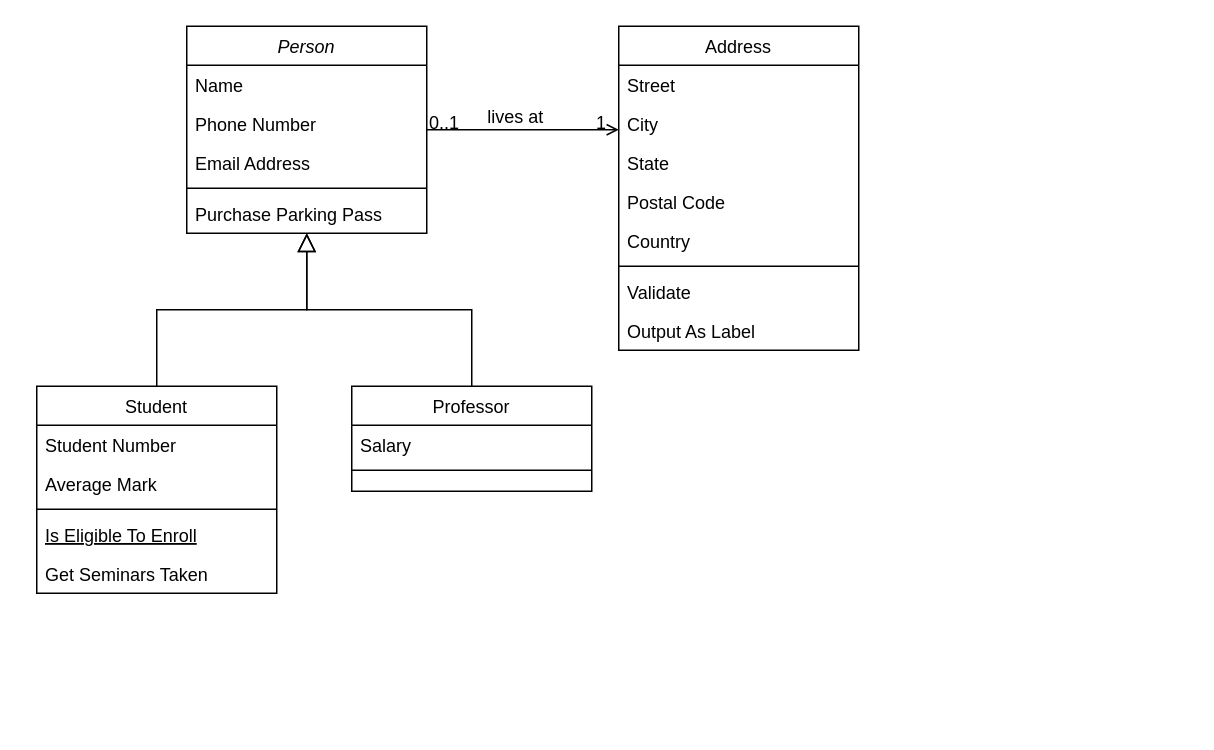
The draw.io diagram quizpbo.drawio in Wahdaapf/All-About-DrawIo, before the edit. Source tidied: cells renumbered, new cells numbered last; positions are measured from the earlier drawing's top-left corner, leaving out a move shared by most shapes. Both pictures are drawn from the tidied source at 150%, with x=0, y=0 at pixel (36, 26).
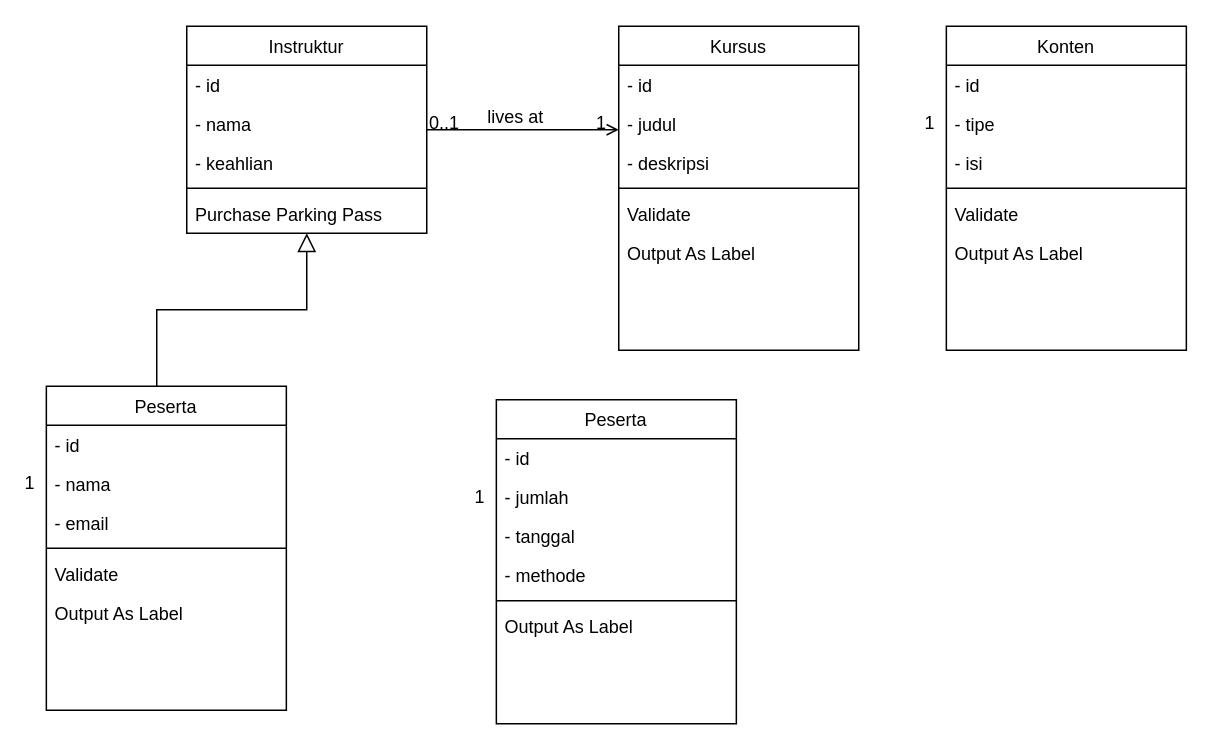
Above is the later version.

Unchanged cells that the change refers to:
```xml
<mxCell id="28" style="endArrow=open;shadow=0;strokeWidth=1;rounded=0;curved=0;endFill=1;edgeStyle=elbowEdgeStyle;elbow=vertical;" parent="1" edge="1" source="2" target="19">
  <mxGeometry x="0.5" y="41" relative="1" as="geometry">
    <mxPoint x="-40" y="32" as="offset" />
  </mxGeometry>
</mxCell>
```

The edit, as a diff of the source:
```diff
@@
-    <mxCell id="2" value="Person" style="swimlane;fontStyle=2;align=center;verticalAlign=top;horizontal=1;startSize=26;rounded=0;shadow=0;strokeWidth=1;" parent="1" vertex="1">
+    <mxCell id="2" value="Instruktur" style="swimlane;fontStyle=0;align=center;verticalAlign=top;horizontal=1;startSize=26;rounded=0;shadow=0;strokeWidth=1;" parent="1" vertex="1">
       <mxGeometry x="100" width="160" height="138" as="geometry" />
     </mxCell>
-    <mxCell id="3" value="Name" style="text;align=left;verticalAlign=top;spacingLeft=4;spacingRight=4;overflow=hidden;" parent="2" vertex="1">
+    <mxCell id="3" value="- id" style="text;align=left;verticalAlign=top;spacingLeft=4;spacingRight=4;overflow=hidden;" parent="2" vertex="1">
       <mxGeometry y="26" width="160" height="26" as="geometry" />
     </mxCell>
-    <mxCell id="4" value="Phone Number" style="text;align=left;verticalAlign=top;spacingLeft=4;spacingRight=4;overflow=hidden;rounded=0;shadow=0;html=0;" parent="2" vertex="1">
+    <mxCell id="4" value="- nama" style="text;align=left;verticalAlign=top;spacingLeft=4;spacingRight=4;overflow=hidden;rounded=0;shadow=0;html=0;" parent="2" vertex="1">
       <mxGeometry y="52" width="160" height="26" as="geometry" />
     </mxCell>
-    <mxCell id="5" value="Email Address" style="text;align=left;verticalAlign=top;spacingLeft=4;spacingRight=4;overflow=hidden;rounded=0;shadow=0;html=0;" parent="2" vertex="1">
+    <mxCell id="5" value="- keahlian" style="text;align=left;verticalAlign=top;spacingLeft=4;spacingRight=4;overflow=hidden;rounded=0;shadow=0;html=0;" parent="2" vertex="1">
       <mxGeometry y="78" width="160" height="26" as="geometry" />
     </mxCell>
@@
-    <mxCell id="8" value="Student" style="swimlane;fontStyle=0;align=center;verticalAlign=top;horizontal=1;startSize=26;rounded=0;shadow=0;strokeWidth=1;" parent="1" vertex="1">
-      <mxGeometry y="240" width="160" height="138" as="geometry" />
-    </mxCell>
-    <mxCell id="9" value="Student Number" style="text;align=left;verticalAlign=top;spacingLeft=4;spacingRight=4;overflow=hidden;" parent="8" vertex="1">
-      <mxGeometry y="26" width="160" height="26" as="geometry" />
-    </mxCell>
-    <mxCell id="10" value="Average Mark" style="text;align=left;verticalAlign=top;spacingLeft=4;spacingRight=4;overflow=hidden;rounded=0;shadow=0;html=0;" parent="8" vertex="1">
-      <mxGeometry y="52" width="160" height="26" as="geometry" />
-    </mxCell>
-    <mxCell id="11" style="line;html=1;strokeWidth=1;align=left;verticalAlign=middle;spacingTop=-1;spacingLeft=3;spacingRight=3;labelPosition=right;" parent="8" vertex="1">
-      <mxGeometry y="78" width="160" height="8" as="geometry" />
-    </mxCell>
-    <mxCell id="12" value="Is Eligible To Enroll" style="text;align=left;verticalAlign=top;spacingLeft=4;spacingRight=4;overflow=hidden;fontStyle=4;" parent="8" vertex="1">
-      <mxGeometry y="86" width="160" height="26" as="geometry" />
-    </mxCell>
-    <mxCell id="13" value="Get Seminars Taken" style="text;align=left;verticalAlign=top;spacingLeft=4;spacingRight=4;overflow=hidden;" parent="8" vertex="1">
-      <mxGeometry y="112" width="160" height="26" as="geometry" />
-    </mxCell>
-    <mxCell id="14" style="endArrow=block;endSize=10;endFill=0;shadow=0;strokeWidth=1;rounded=0;curved=0;edgeStyle=elbowEdgeStyle;elbow=vertical;" parent="1" edge="1" source="8" target="2">
-      <mxGeometry relative="1" as="geometry" />
+    <mxCell id="14" style="endArrow=block;endSize=10;endFill=0;shadow=0;strokeWidth=1;rounded=0;curved=0;edgeStyle=elbowEdgeStyle;elbow=vertical;" parent="1" edge="1" target="2">
+      <mxGeometry relative="1" as="geometry">
+        <mxPoint x="80" y="240" as="sourcePoint" />
+      </mxGeometry>
     </mxCell>
-    <mxCell id="15" value="Professor" style="swimlane;fontStyle=0;align=center;verticalAlign=top;horizontal=1;startSize=26;rounded=0;shadow=0;strokeWidth=1;" parent="1" vertex="1">
-      <mxGeometry x="210" y="240" width="160" height="70" as="geometry" />
-    </mxCell>
-    <mxCell id="16" value="Salary" style="text;align=left;verticalAlign=top;spacingLeft=4;spacingRight=4;overflow=hidden;" parent="15" vertex="1">
-      <mxGeometry y="26" width="160" height="26" as="geometry" />
-    </mxCell>
-    <mxCell id="17" style="line;html=1;strokeWidth=1;align=left;verticalAlign=middle;spacingTop=-1;spacingLeft=3;spacingRight=3;labelPosition=right;" parent="15" vertex="1">
-      <mxGeometry y="52" width="160" height="8" as="geometry" />
-    </mxCell>
-    <mxCell id="18" style="endArrow=block;endSize=10;endFill=0;shadow=0;strokeWidth=1;rounded=0;curved=0;edgeStyle=elbowEdgeStyle;elbow=vertical;" parent="1" edge="1" source="15" target="2">
-      <mxGeometry relative="1" as="geometry" />
-    </mxCell>
-    <mxCell id="19" value="Address" style="swimlane;fontStyle=0;align=center;verticalAlign=top;horizontal=1;startSize=26;rounded=0;shadow=0;strokeWidth=1;" parent="1" vertex="1">
+    <mxCell id="19" value="Kursus" style="swimlane;fontStyle=0;align=center;verticalAlign=top;horizontal=1;startSize=26;rounded=0;shadow=0;strokeWidth=1;" parent="1" vertex="1">
       <mxGeometry x="388" width="160" height="216" as="geometry" />
     </mxCell>
-    <mxCell id="20" value="Street" style="text;align=left;verticalAlign=top;spacingLeft=4;spacingRight=4;overflow=hidden;" parent="19" vertex="1">
+    <mxCell id="20" value="- id" style="text;align=left;verticalAlign=top;spacingLeft=4;spacingRight=4;overflow=hidden;" parent="19" vertex="1">
       <mxGeometry y="26" width="160" height="26" as="geometry" />
     </mxCell>
-    <mxCell id="21" value="City" style="text;align=left;verticalAlign=top;spacingLeft=4;spacingRight=4;overflow=hidden;rounded=0;shadow=0;html=0;" parent="19" vertex="1">
+    <mxCell id="21" value="- judul" style="text;align=left;verticalAlign=top;spacingLeft=4;spacingRight=4;overflow=hidden;rounded=0;shadow=0;html=0;" parent="19" vertex="1">
       <mxGeometry y="52" width="160" height="26" as="geometry" />
     </mxCell>
-    <mxCell id="22" value="State" style="text;align=left;verticalAlign=top;spacingLeft=4;spacingRight=4;overflow=hidden;rounded=0;shadow=0;html=0;" parent="19" vertex="1">
+    <mxCell id="22" value="- deskripsi" style="text;align=left;verticalAlign=top;spacingLeft=4;spacingRight=4;overflow=hidden;rounded=0;shadow=0;html=0;" parent="19" vertex="1">
       <mxGeometry y="78" width="160" height="26" as="geometry" />
     </mxCell>
-    <mxCell id="23" value="Postal Code" style="text;align=left;verticalAlign=top;spacingLeft=4;spacingRight=4;overflow=hidden;rounded=0;shadow=0;html=0;" parent="19" vertex="1">
-      <mxGeometry y="104" width="160" height="26" as="geometry" />
-    </mxCell>
-    <mxCell id="24" value="Country" style="text;align=left;verticalAlign=top;spacingLeft=4;spacingRight=4;overflow=hidden;rounded=0;shadow=0;html=0;" parent="19" vertex="1">
-      <mxGeometry y="130" width="160" height="26" as="geometry" />
-    </mxCell>
     <mxCell id="25" style="line;html=1;strokeWidth=1;align=left;verticalAlign=middle;spacingTop=-1;spacingLeft=3;spacingRight=3;labelPosition=right;" parent="19" vertex="1">
-      <mxGeometry y="156" width="160" height="8" as="geometry" />
+      <mxGeometry y="104" width="160" height="8" as="geometry" />
     </mxCell>
     <mxCell id="26" value="Validate" style="text;align=left;verticalAlign=top;spacingLeft=4;spacingRight=4;overflow=hidden;" parent="19" vertex="1">
-      <mxGeometry y="164" width="160" height="26" as="geometry" />
+      <mxGeometry y="112" width="160" height="26" as="geometry" />
     </mxCell>
     <mxCell id="27" value="Output As Label" style="text;align=left;verticalAlign=top;spacingLeft=4;spacingRight=4;overflow=hidden;" parent="19" vertex="1">
-      <mxGeometry y="190" width="160" height="26" as="geometry" />
+      <mxGeometry y="138" width="160" height="26" as="geometry" />
     </mxCell>
@@
+    <mxCell id="32" value="1" style="align=right;verticalAlign=bottom;labelBackgroundColor=none;fontSize=12;" parent="28" vertex="1">
+      <mxGeometry x="1" relative="1" as="geometry">
+        <mxPoint x="212" y="4" as="offset" />
+      </mxGeometry>
+    </mxCell>
+    <mxCell id="33" value="1" style="align=right;verticalAlign=bottom;labelBackgroundColor=none;fontSize=12;" parent="28" vertex="1">
+      <mxGeometry x="1" relative="1" as="geometry">
+        <mxPoint x="-388" y="244" as="offset" />
+      </mxGeometry>
+    </mxCell>
+    <mxCell id="34" value="1" style="align=right;verticalAlign=bottom;labelBackgroundColor=none;fontSize=12;" parent="28" vertex="1">
+      <mxGeometry x="1" relative="1" as="geometry">
+        <mxPoint x="-88" y="253" as="offset" />
+      </mxGeometry>
+    </mxCell>
+    <mxCell id="35" value="Konten" style="swimlane;fontStyle=0;align=center;verticalAlign=top;horizontal=1;startSize=26;rounded=0;shadow=0;strokeWidth=1;" parent="1" vertex="1">
+      <mxGeometry x="606.4" width="160" height="216" as="geometry" />
+    </mxCell>
+    <mxCell id="36" value="- id" style="text;align=left;verticalAlign=top;spacingLeft=4;spacingRight=4;overflow=hidden;" parent="35" vertex="1">
+      <mxGeometry y="26" width="160" height="26" as="geometry" />
+    </mxCell>
+    <mxCell id="37" value="- tipe" style="text;align=left;verticalAlign=top;spacingLeft=4;spacingRight=4;overflow=hidden;rounded=0;shadow=0;html=0;" parent="35" vertex="1">
+      <mxGeometry y="52" width="160" height="26" as="geometry" />
+    </mxCell>
+    <mxCell id="38" value="- isi" style="text;align=left;verticalAlign=top;spacingLeft=4;spacingRight=4;overflow=hidden;rounded=0;shadow=0;html=0;" parent="35" vertex="1">
+      <mxGeometry y="78" width="160" height="26" as="geometry" />
+    </mxCell>
+    <mxCell id="39" style="line;html=1;strokeWidth=1;align=left;verticalAlign=middle;spacingTop=-1;spacingLeft=3;spacingRight=3;labelPosition=right;" parent="35" vertex="1">
+      <mxGeometry y="104" width="160" height="8" as="geometry" />
+    </mxCell>
+    <mxCell id="40" value="Validate" style="text;align=left;verticalAlign=top;spacingLeft=4;spacingRight=4;overflow=hidden;" parent="35" vertex="1">
+      <mxGeometry y="112" width="160" height="26" as="geometry" />
+    </mxCell>
+    <mxCell id="41" value="Output As Label" style="text;align=left;verticalAlign=top;spacingLeft=4;spacingRight=4;overflow=hidden;" parent="35" vertex="1">
+      <mxGeometry y="138" width="160" height="26" as="geometry" />
+    </mxCell>
+    <mxCell id="42" value="Peserta" style="swimlane;fontStyle=0;align=center;verticalAlign=top;horizontal=1;startSize=26;rounded=0;shadow=0;strokeWidth=1;" parent="1" vertex="1">
+      <mxGeometry x="6.4" y="240" width="160" height="216" as="geometry" />
+    </mxCell>
+    <mxCell id="43" value="- id" style="text;align=left;verticalAlign=top;spacingLeft=4;spacingRight=4;overflow=hidden;" parent="42" vertex="1">
+      <mxGeometry y="26" width="160" height="26" as="geometry" />
+    </mxCell>
+    <mxCell id="44" value="- nama" style="text;align=left;verticalAlign=top;spacingLeft=4;spacingRight=4;overflow=hidden;rounded=0;shadow=0;html=0;" parent="42" vertex="1">
+      <mxGeometry y="52" width="160" height="26" as="geometry" />
+    </mxCell>
+    <mxCell id="45" value="- email" style="text;align=left;verticalAlign=top;spacingLeft=4;spacingRight=4;overflow=hidden;rounded=0;shadow=0;html=0;" parent="42" vertex="1">
+      <mxGeometry y="78" width="160" height="26" as="geometry" />
+    </mxCell>
+    <mxCell id="46" style="line;html=1;strokeWidth=1;align=left;verticalAlign=middle;spacingTop=-1;spacingLeft=3;spacingRight=3;labelPosition=right;" parent="42" vertex="1">
+      <mxGeometry y="104" width="160" height="8" as="geometry" />
+    </mxCell>
+    <mxCell id="47" value="Validate" style="text;align=left;verticalAlign=top;spacingLeft=4;spacingRight=4;overflow=hidden;" parent="42" vertex="1">
+      <mxGeometry y="112" width="160" height="26" as="geometry" />
+    </mxCell>
+    <mxCell id="48" value="Output As Label" style="text;align=left;verticalAlign=top;spacingLeft=4;spacingRight=4;overflow=hidden;" parent="42" vertex="1">
+      <mxGeometry y="138" width="160" height="26" as="geometry" />
+    </mxCell>
+    <mxCell id="49" value="Peserta" style="swimlane;fontStyle=0;align=center;verticalAlign=top;horizontal=1;startSize=26;rounded=0;shadow=0;strokeWidth=1;" parent="1" vertex="1">
+      <mxGeometry x="306.4" y="249" width="160" height="216" as="geometry" />
+    </mxCell>
+    <mxCell id="50" value="- id" style="text;align=left;verticalAlign=top;spacingLeft=4;spacingRight=4;overflow=hidden;" parent="49" vertex="1">
+      <mxGeometry y="26" width="160" height="26" as="geometry" />
+    </mxCell>
+    <mxCell id="51" value="- jumlah" style="text;align=left;verticalAlign=top;spacingLeft=4;spacingRight=4;overflow=hidden;rounded=0;shadow=0;html=0;" parent="49" vertex="1">
+      <mxGeometry y="52" width="160" height="26" as="geometry" />
+    </mxCell>
+    <mxCell id="52" value="- tanggal" style="text;align=left;verticalAlign=top;spacingLeft=4;spacingRight=4;overflow=hidden;rounded=0;shadow=0;html=0;" parent="49" vertex="1">
+      <mxGeometry y="78" width="160" height="26" as="geometry" />
+    </mxCell>
+    <mxCell id="53" value="- methode" style="text;align=left;verticalAlign=top;spacingLeft=4;spacingRight=4;overflow=hidden;" parent="49" vertex="1">
+      <mxGeometry y="104" width="160" height="26" as="geometry" />
+    </mxCell>
+    <mxCell id="54" style="line;html=1;strokeWidth=1;align=left;verticalAlign=middle;spacingTop=-1;spacingLeft=3;spacingRight=3;labelPosition=right;" parent="49" vertex="1">
+      <mxGeometry y="130" width="160" height="8" as="geometry" />
+    </mxCell>
+    <mxCell id="55" value="Output As Label" style="text;align=left;verticalAlign=top;spacingLeft=4;spacingRight=4;overflow=hidden;" parent="49" vertex="1">
+      <mxGeometry y="138" width="160" height="26" as="geometry" />
+    </mxCell>
```
